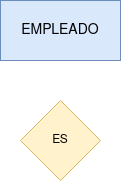
IsaiasTolP/Base-Datos keeps this draw.io diagram as Unidad-2/Tareas/Tarea-8/images/Tarea_8.png. Above is the earlier version. Source tidied: cells renumbered, new cells last; positions are measured from the earlier drawing's top-left corner, leaving out a move shared by most shapes. Source of this version:
```xml
<mxGraphModel>
  <root>
    <mxCell id="0" />
    <mxCell id="1" parent="0" />
    <mxCell id="2" value="EMPLEADO" style="rounded=0;whiteSpace=wrap;html=1;fontSize=14;fillColor=#dae8fc;strokeColor=#6c8ebf;" parent="1" vertex="1">
      <mxGeometry width="120" height="60" as="geometry" />
    </mxCell>
    <mxCell id="3" value="ES" style="rhombus;whiteSpace=wrap;html=1;fillColor=#fff2cc;strokeColor=#d6b656;" parent="1" vertex="1">
      <mxGeometry x="20" y="100" width="80" height="80" as="geometry" />
    </mxCell>
  </root>
</mxGraphModel>
```
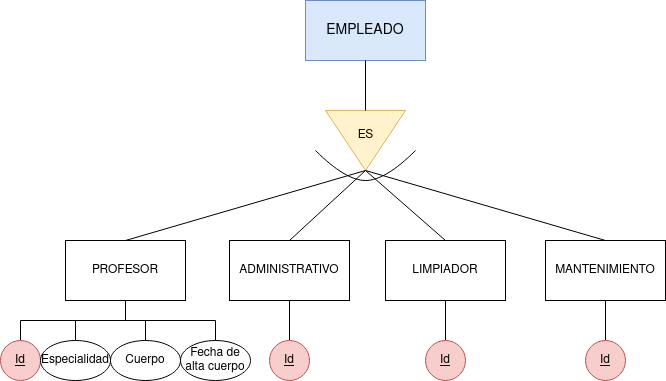
The same file after the commit.

Change to the diagram source:
```diff
@@ -5,8 +5,90 @@
     <mxCell id="2" value="EMPLEADO" style="rounded=0;whiteSpace=wrap;html=1;fontSize=14;fillColor=#dae8fc;strokeColor=#6c8ebf;" parent="1" vertex="1">
       <mxGeometry width="120" height="60" as="geometry" />
     </mxCell>
+    <mxCell id="4" style="triangle;whiteSpace=wrap;html=1;rotation=90;fillColor=#fff2cc;strokeColor=#d6b656;labelPosition=center;verticalLabelPosition=middle;align=center;verticalAlign=middle;" parent="1" vertex="1">
+      <mxGeometry x="30" y="100" width="60" height="80" as="geometry" />
+    </mxCell>
-    <mxCell id="3" value="ES" style="rhombus;whiteSpace=wrap;html=1;fillColor=#fff2cc;strokeColor=#d6b656;" parent="1" vertex="1">
-      <mxGeometry x="20" y="100" width="80" height="80" as="geometry" />
+    <mxCell id="3" value="ES" style="text;html=1;align=center;verticalAlign=middle;strokeColor=none;fillColor=none;" parent="1" vertex="1">
+      <mxGeometry x="40" y="120" width="40" height="30" as="geometry" />
     </mxCell>
+    <mxCell id="5" value="PROFESOR" style="rounded=0;whiteSpace=wrap;html=1;" parent="1" vertex="1">
+      <mxGeometry x="-240" y="240" width="120" height="60" as="geometry" />
+    </mxCell>
+    <mxCell id="6" value="MANTENIMIENTO" style="rounded=0;whiteSpace=wrap;html=1;" parent="1" vertex="1">
+      <mxGeometry x="240" y="240" width="120" height="60" as="geometry" />
+    </mxCell>
+    <mxCell id="7" value="ADMINISTRATIVO" style="rounded=0;whiteSpace=wrap;html=1;" parent="1" vertex="1">
+      <mxGeometry x="-76" y="240" width="120" height="60" as="geometry" />
+    </mxCell>
+    <mxCell id="8" value="LIMPIADOR" style="rounded=0;whiteSpace=wrap;html=1;" parent="1" vertex="1">
+      <mxGeometry x="80" y="240" width="120" height="60" as="geometry" />
+    </mxCell>
+    <mxCell id="9" style="endArrow=none;html=1;rounded=0;entryX=1;entryY=0.5;entryDx=0;entryDy=0;exitX=0.5;exitY=0;exitDx=0;exitDy=0;" parent="1" edge="1" source="5" target="4">
+      <mxGeometry relative="1" as="geometry" />
+    </mxCell>
+    <mxCell id="10" style="endArrow=none;html=1;rounded=0;entryX=1;entryY=0.5;entryDx=0;entryDy=0;exitX=0.5;exitY=0;exitDx=0;exitDy=0;" parent="1" edge="1" source="7" target="4">
+      <mxGeometry relative="1" as="geometry" />
+    </mxCell>
+    <mxCell id="11" style="endArrow=none;html=1;rounded=0;entryX=1;entryY=0.5;entryDx=0;entryDy=0;exitX=0.5;exitY=0;exitDx=0;exitDy=0;" parent="1" edge="1" source="8" target="4">
+      <mxGeometry relative="1" as="geometry" />
+    </mxCell>
+    <mxCell id="12" style="endArrow=none;html=1;rounded=0;entryX=1;entryY=0.5;entryDx=0;entryDy=0;exitX=0.5;exitY=0;exitDx=0;exitDy=0;" parent="1" edge="1" source="6" target="4">
+      <mxGeometry relative="1" as="geometry" />
+    </mxCell>
+    <mxCell id="13" style="endArrow=none;html=1;rounded=0;entryX=0.5;entryY=1;entryDx=0;entryDy=0;exitX=0;exitY=0.5;exitDx=0;exitDy=0;" parent="1" edge="1" source="4" target="2">
+      <mxGeometry relative="1" as="geometry" />
+    </mxCell>
+    <mxCell id="14" style="edgeStyle=orthogonalEdgeStyle;rounded=0;jettySize=auto;html=1;exitX=0.5;exitY=0;exitDx=0;exitDy=0;entryX=0.5;entryY=1;entryDx=0;entryDy=0;endArrow=none;endFill=0;" parent="1" edge="1" source="15" target="5">
+      <mxGeometry relative="1" as="geometry" />
+    </mxCell>
+    <mxCell id="15" value="Id" style="ellipse;whiteSpace=wrap;html=1;fillColor=#f8cecc;strokeColor=#b85450;fontStyle=4;" parent="1" vertex="1">
+      <mxGeometry x="-305" y="340" width="40" height="40" as="geometry" />
+    </mxCell>
+    <mxCell id="16" style="edgeStyle=orthogonalEdgeStyle;rounded=0;jettySize=auto;html=1;exitX=0.5;exitY=0;exitDx=0;exitDy=0;entryX=0.5;entryY=1;entryDx=0;entryDy=0;endArrow=none;endFill=0;" parent="1" edge="1" source="17" target="5">
+      <mxGeometry relative="1" as="geometry" />
+    </mxCell>
+    <mxCell id="17" value="Especialidad" style="ellipse;whiteSpace=wrap;html=1;" parent="1" vertex="1">
+      <mxGeometry x="-265" y="340" width="70" height="40" as="geometry" />
+    </mxCell>
+    <mxCell id="18" style="edgeStyle=orthogonalEdgeStyle;rounded=0;jettySize=auto;html=1;exitX=0.5;exitY=0;exitDx=0;exitDy=0;entryX=0.5;entryY=1;entryDx=0;entryDy=0;endArrow=none;endFill=0;" parent="1" edge="1" source="19" target="5">
+      <mxGeometry relative="1" as="geometry" />
+    </mxCell>
+    <mxCell id="19" value="Cuerpo" style="ellipse;whiteSpace=wrap;html=1;" parent="1" vertex="1">
+      <mxGeometry x="-195" y="340" width="70" height="40" as="geometry" />
+    </mxCell>
+    <mxCell id="20" style="edgeStyle=orthogonalEdgeStyle;rounded=0;jettySize=auto;html=1;exitX=0.5;exitY=0;exitDx=0;exitDy=0;entryX=0.5;entryY=1;entryDx=0;entryDy=0;endArrow=none;endFill=0;" parent="1" edge="1" source="21" target="5">
+      <mxGeometry relative="1" as="geometry" />
+    </mxCell>
+    <mxCell id="21" value="Fecha de alta cuerpo" style="ellipse;whiteSpace=wrap;html=1;" parent="1" vertex="1">
+      <mxGeometry x="-125" y="340" width="70" height="40" as="geometry" />
+    </mxCell>
+    <mxCell id="22" style="edgeStyle=orthogonalEdgeStyle;rounded=0;jettySize=auto;html=1;endArrow=none;endFill=0;" parent="1" edge="1" source="23" target="7">
+      <mxGeometry relative="1" as="geometry" />
+    </mxCell>
+    <mxCell id="23" value="Id" style="ellipse;whiteSpace=wrap;html=1;fillColor=#f8cecc;strokeColor=#b85450;fontStyle=4;" parent="1" vertex="1">
+      <mxGeometry x="-36" y="340" width="40" height="40" as="geometry" />
+    </mxCell>
+    <mxCell id="24" style="edgeStyle=orthogonalEdgeStyle;rounded=0;jettySize=auto;html=1;endArrow=none;endFill=0;" parent="1" edge="1" source="25" target="8">
+      <mxGeometry relative="1" as="geometry" />
+    </mxCell>
+    <mxCell id="25" value="Id" style="ellipse;whiteSpace=wrap;html=1;fillColor=#f8cecc;strokeColor=#b85450;fontStyle=4;" parent="1" vertex="1">
+      <mxGeometry x="120" y="340" width="40" height="40" as="geometry" />
+    </mxCell>
+    <mxCell id="26" style="edgeStyle=orthogonalEdgeStyle;rounded=0;jettySize=auto;html=1;endArrow=none;endFill=0;" parent="1" edge="1" source="27" target="6">
+      <mxGeometry relative="1" as="geometry" />
+    </mxCell>
+    <mxCell id="27" value="Id" style="ellipse;whiteSpace=wrap;html=1;fillColor=#f8cecc;strokeColor=#b85450;fontStyle=4;" parent="1" vertex="1">
+      <mxGeometry x="280" y="340" width="40" height="40" as="geometry" />
+    </mxCell>
+    <mxCell id="28" style="curved=1;endArrow=none;html=1;rounded=0;endFill=0;" parent="1" edge="1">
+      <mxGeometry relative="1" as="geometry">
+        <mxPoint x="10" y="150" as="sourcePoint" />
+        <mxPoint x="110" y="150" as="targetPoint" />
+        <Array as="points">
+          <mxPoint x="40" y="180" />
+          <mxPoint x="80" y="180" />
+        </Array>
+      </mxGeometry>
+    </mxCell>
   </root>
 </mxGraphModel>
```
